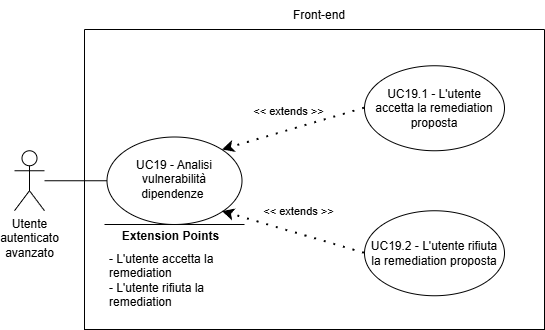
Before: assets/diagrams/UC19.png, a diagram exported from draw.io (SkarabGroup/DocumentazioneProgetto). Source tidied: cells renumbered, new cells last; positions are measured from the earlier drawing's top-left corner, leaving out a move shared by most shapes.
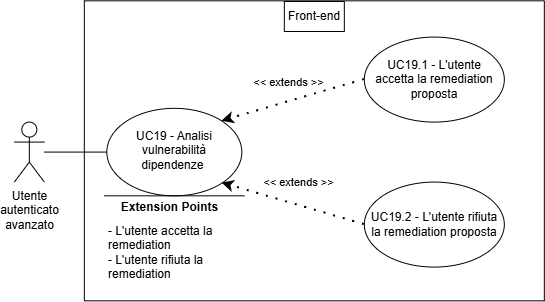
Later version of the same file.

What changed in the source:
```diff
@@ -2,61 +2,61 @@
   <root>
     <mxCell id="0" />
     <mxCell id="1" parent="0" />
-    <mxCell id="2" style="endArrow=classic;html=1;rounded=0;" parent="1" edge="1">
-      <mxGeometry relative="1" as="geometry">
-        <mxPoint x="24" y="215" as="sourcePoint" />
-        <mxPoint x="24" y="215" as="targetPoint" />
-      </mxGeometry>
-    </mxCell>
-    <mxCell id="3" style="swimlane;startSize=0;" parent="1" vertex="1">
-      <mxGeometry x="70" y="29" width="460" height="300" as="geometry" />
-    </mxCell>
+    <mxCell id="18" style="endArrow=classic;html=1;rounded=0;" parent="1" edge="1">
+      <mxGeometry relative="1" as="geometry">
+        <mxPoint x="285.8" y="640.3" as="sourcePoint" />
+        <mxPoint x="285.8" y="640.3" as="targetPoint" />
+      </mxGeometry>
+    </mxCell>
+    <mxCell id="19" style="swimlane;startSize=0;" parent="1" vertex="1">
+      <mxGeometry x="331.8" y="454.3" width="460" height="300" as="geometry" />
+    </mxCell>
-    <mxCell id="4" style="ellipse;whiteSpace=wrap;html=1;" parent="3" vertex="1">
+    <mxCell id="4" style="ellipse;whiteSpace=wrap;html=1;" parent="19" vertex="1">
       <mxGeometry x="280" y="36.2" width="140" height="85" as="geometry" />
     </mxCell>
-    <mxCell id="5" value="UC19.1 - L'utente accetta la remediation proposta" style="text;html=1;align=center;verticalAlign=middle;whiteSpace=wrap;rounded=0;" parent="3" vertex="1">
+    <mxCell id="5" value="UC19.1 - L'utente accetta la remediation proposta" style="text;html=1;align=center;verticalAlign=middle;whiteSpace=wrap;rounded=0;" parent="19" vertex="1">
       <mxGeometry x="285" y="43.8" width="130" height="70" as="geometry" />
     </mxCell>
-    <mxCell id="6" value="Utente&lt;div&gt;autenticato&lt;/div&gt;&lt;div&gt;avanzato&lt;/div&gt;" style="shape=umlActor;verticalLabelPosition=bottom;verticalAlign=top;html=1;outlineConnect=0;align=center;" parent="3" vertex="1">
+    <mxCell id="6" value="Utente&lt;div&gt;autenticato&lt;/div&gt;&lt;div&gt;avanzato&lt;/div&gt;" style="shape=umlActor;verticalLabelPosition=bottom;verticalAlign=top;html=1;outlineConnect=0;align=center;" parent="19" vertex="1">
       <mxGeometry x="-70" y="121.2" width="30" height="60" as="geometry" />
     </mxCell>
-    <mxCell id="7" style="ellipse;whiteSpace=wrap;html=1;" parent="3" vertex="1">
+    <mxCell id="7" style="ellipse;whiteSpace=wrap;html=1;" parent="19" vertex="1">
       <mxGeometry x="22.5" y="107.5" width="135" height="87.5" as="geometry" />
     </mxCell>
-    <mxCell id="8" style="endArrow=none;html=1;rounded=0;entryX=0;entryY=0.5;entryDx=0;entryDy=0;" parent="3" edge="1" source="6" target="7">
+    <mxCell id="8" style="endArrow=none;html=1;rounded=0;entryX=0;entryY=0.5;entryDx=0;entryDy=0;" parent="19" edge="1" source="6" target="7">
       <mxGeometry relative="1" as="geometry" />
     </mxCell>
-    <mxCell id="9" value="&amp;lt;&amp;lt; extends &amp;gt;&amp;gt;" style="endArrow=classic;startArrow=none;endFill=1;startFill=0;html=1;verticalAlign=bottom;dashed=1;labelBackgroundColor=none;rounded=0;dashPattern=1 4;curved=0;endSize=6;strokeWidth=2;entryX=1;entryY=0;entryDx=0;entryDy=0;exitX=0;exitY=0.5;exitDx=0;exitDy=0;" parent="3" edge="1" source="4" target="7">
+    <mxCell id="9" value="&amp;lt;&amp;lt; extends &amp;gt;&amp;gt;" style="endArrow=classic;startArrow=none;endFill=1;startFill=0;html=1;verticalAlign=bottom;dashed=1;labelBackgroundColor=none;rounded=0;dashPattern=1 4;curved=0;endSize=6;strokeWidth=2;entryX=1;entryY=0;entryDx=0;entryDy=0;exitX=0;exitY=0.5;exitDx=0;exitDy=0;" parent="19" edge="1" source="4" target="7">
       <mxGeometry x="0.03" y="-10" relative="1" as="geometry" />
     </mxCell>
-    <mxCell id="10" style="ellipse;whiteSpace=wrap;html=1;" parent="3" vertex="1">
+    <mxCell id="10" style="ellipse;whiteSpace=wrap;html=1;" parent="19" vertex="1">
       <mxGeometry x="280" y="181.2" width="140" height="85" as="geometry" />
     </mxCell>
-    <mxCell id="11" value="UC19.2 - L'utente rifiuta la remediation proposta" style="text;html=1;align=center;verticalAlign=middle;whiteSpace=wrap;rounded=0;" parent="3" vertex="1">
+    <mxCell id="11" value="UC19.2 - L'utente rifiuta la remediation proposta" style="text;html=1;align=center;verticalAlign=middle;whiteSpace=wrap;rounded=0;" parent="19" vertex="1">
       <mxGeometry x="285" y="188.8" width="130" height="70" as="geometry" />
     </mxCell>
-    <mxCell id="12" value="&amp;lt;&amp;lt; extends &amp;gt;&amp;gt;" style="endArrow=classic;startArrow=none;endFill=1;startFill=0;html=1;verticalAlign=bottom;dashed=1;labelBackgroundColor=none;rounded=0;dashPattern=1 4;curved=0;endSize=6;strokeWidth=2;exitX=0;exitY=0.5;exitDx=0;exitDy=0;entryX=1;entryY=1;entryDx=0;entryDy=0;" parent="3" edge="1" source="10" target="7">
+    <mxCell id="12" value="&amp;lt;&amp;lt; extends &amp;gt;&amp;gt;" style="endArrow=classic;startArrow=none;endFill=1;startFill=0;html=1;verticalAlign=bottom;dashed=1;labelBackgroundColor=none;rounded=0;dashPattern=1 4;curved=0;endSize=6;strokeWidth=2;exitX=0;exitY=0.5;exitDx=0;exitDy=0;entryX=1;entryY=1;entryDx=0;entryDy=0;" parent="19" edge="1" source="10" target="7">
       <mxGeometry x="-0.02" y="-13" relative="1" as="geometry" />
     </mxCell>
-    <mxCell id="13" style="endArrow=none;html=1;rounded=0;" parent="3" edge="1">
-      <mxGeometry relative="1" as="geometry">
-        <mxPoint x="20" y="195" as="sourcePoint" />
-        <mxPoint x="160" y="195" as="targetPoint" />
-      </mxGeometry>
-    </mxCell>
+    <mxCell id="20" style="endArrow=none;html=1;rounded=0;" parent="19" edge="1">
+      <mxGeometry relative="1" as="geometry">
+        <mxPoint x="20" y="195" as="sourcePoint" />
+        <mxPoint x="160" y="195" as="targetPoint" />
+      </mxGeometry>
+    </mxCell>
-    <mxCell id="14" value="&lt;b&gt;&lt;font style=&quot;font-size: 12px;&quot;&gt;Extension Points&lt;/font&gt;&lt;/b&gt;" style="edgeLabel;html=1;align=center;verticalAlign=middle;" parent="13" vertex="1">
+    <mxCell id="14" value="&lt;b&gt;&lt;font style=&quot;font-size: 12px;&quot;&gt;Extension Points&lt;/font&gt;&lt;/b&gt;" style="edgeLabel;html=1;align=center;verticalAlign=middle;" parent="20" vertex="1">
       <mxGeometry x="0.65" relative="1" as="geometry">
         <mxPoint x="-50" y="11" as="offset" />
       </mxGeometry>
     </mxCell>
-    <mxCell id="15" value="- L'utente accetta la remediation&lt;div&gt;- L'utente rifiuta la remediation&lt;/div&gt;" style="text;html=1;align=left;verticalAlign=middle;whiteSpace=wrap;rounded=0;" parent="3" vertex="1">
+    <mxCell id="15" value="- L'utente accetta la remediation&lt;div&gt;- L'utente rifiuta la remediation&lt;/div&gt;" style="text;html=1;align=left;verticalAlign=middle;whiteSpace=wrap;rounded=0;" parent="19" vertex="1">
       <mxGeometry x="22.5" y="236.2" width="137.5" height="30" as="geometry" />
     </mxCell>
-    <mxCell id="16" value="&lt;div style=&quot;&quot;&gt;UC19 - Analisi vulnerabilità dipendenze&amp;nbsp;&lt;/div&gt;" style="text;html=1;align=center;verticalAlign=middle;whiteSpace=wrap;rounded=0;" parent="3" vertex="1">
+    <mxCell id="16" value="&lt;div style=&quot;&quot;&gt;UC19 - Analisi vulnerabilità dipendenze&amp;nbsp;&lt;/div&gt;" style="text;html=1;align=center;verticalAlign=middle;whiteSpace=wrap;rounded=0;" parent="19" vertex="1">
       <mxGeometry x="28.1" y="115" width="123.8" height="70" as="geometry" />
     </mxCell>
-    <mxCell id="17" value="Front-end" style="text;html=1;align=center;verticalAlign=middle;whiteSpace=wrap;rounded=0;" parent="1" vertex="1">
-      <mxGeometry x="275" width="60" height="30" as="geometry" />
+    <mxCell id="17" value="Front-end" style="text;html=1;align=center;verticalAlign=middle;whiteSpace=wrap;rounded=0;perimeterSpacing=1;strokeColor=default;" parent="19" vertex="1">
+      <mxGeometry x="200" y="0.7" width="60" height="30" as="geometry" />
     </mxCell>
   </root>
 </mxGraphModel>
```
